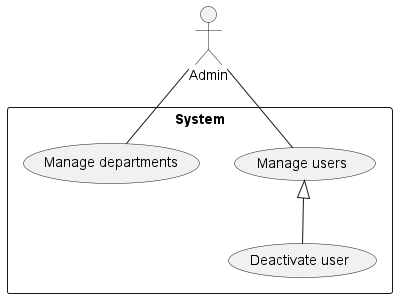
The PlantUML diagram use-cases/Admin.png in phihungha/scmss-reqs, before a commit. The source it was exported from:
```plantuml
@startuml Admin
:Admin: as ad

rectangle System {
    ad -- (Manage users)
    (Manage users) <|-- (Deactivate user)
    ad -- (Manage departments)
}

@enduml
```
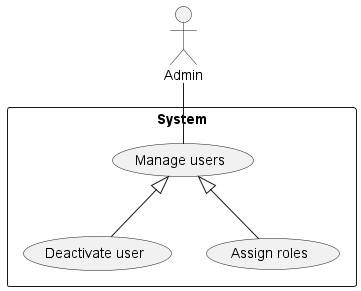
The same diagram one commit later.

Commit message:
Remove department management

The edit, as a diff of the source:
```diff
@@ -4,7 +4,7 @@
 rectangle System {
     ad -- (Manage users)
     (Manage users) <|-- (Deactivate user)
-    ad -- (Manage departments)
+    (Manage users) <|-- (Assign roles)
 }
 
 @enduml
```
